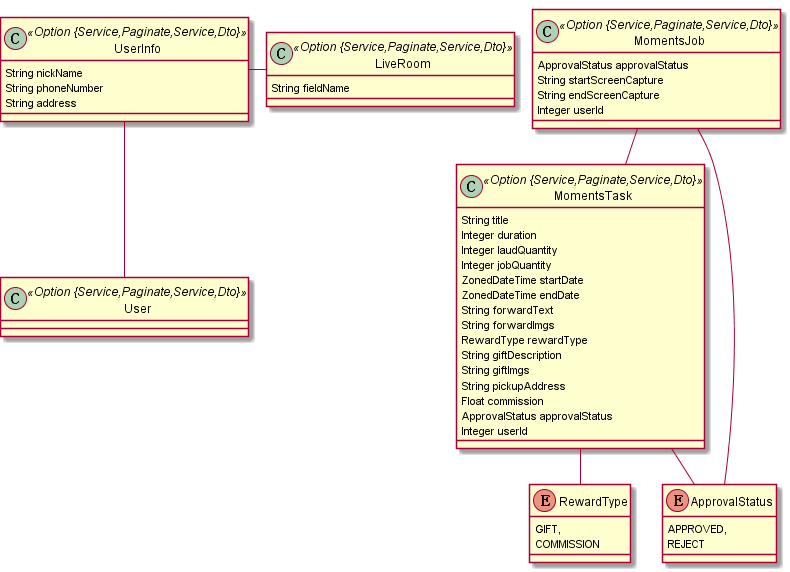
The PlantUML diagram models/uaav1.png in lsfoo/share-task, before a commit. Source of this version:
```plantuml
@startuml
	!pragma graphviz_dot jdot
	!pragma syntax class
	class UserInfo <<Option {Service,Paginate,Service,Dto}>> {
		String nickName
		String phoneNumber
		String address
	}
	class LiveRoom <<Option {Service,Paginate,Service,Dto}>> {
		String fieldName
	}
	class MomentsTask <<Option {Service,Paginate,Service,Dto}>> {
		String title
		Integer duration
		Integer laudQuantity
		Integer jobQuantity
		ZonedDateTime startDate
		ZonedDateTime endDate
		String forwardText
		String forwardImgs
		RewardType rewardType
		String giftDescription
		String giftImgs
		String pickupAddress
		Float commission
		ApprovalStatus approvalStatus
		Integer userId
	}
	MomentsTask ..> RewardType
	MomentsTask ..> ApprovalStatus
	enum RewardType {
		GIFT,
		COMMISSION
	}
	enum ApprovalStatus {
		APPROVED,
		REJECT
	}
	class MomentsJob <<Option {Service,Paginate,Service,Dto}>> {
		ApprovalStatus approvalStatus
		String startScreenCapture
		String endScreenCapture
		Integer userId
	}
	MomentsJob ..> ApprovalStatus
	MomentsJob  "task(title) 0..* " o-- "0..1 "  MomentsTask
	class User <<Option {Service,Paginate,Service,Dto}>> {
	}
@enduml
```
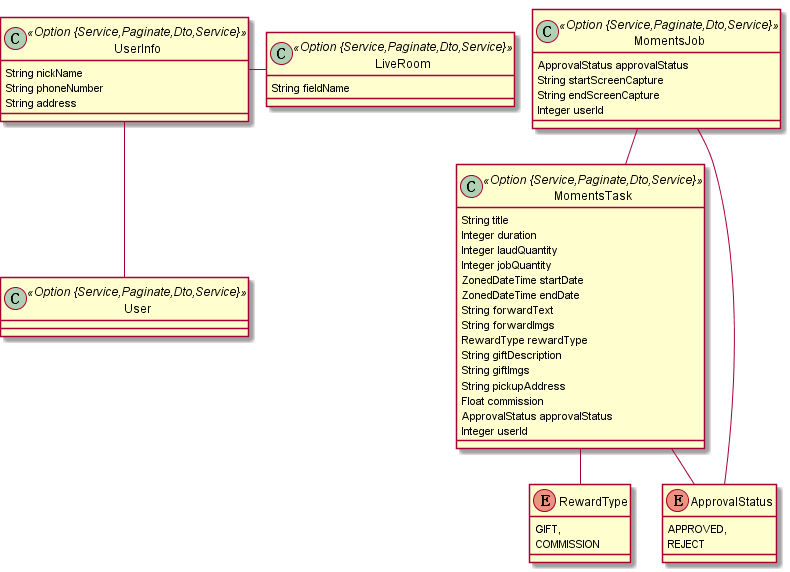
After the change.

What changed in the source:
```diff
@@ -1,15 +1,15 @@
 @startuml
 	!pragma graphviz_dot jdot
 	!pragma syntax class
-	class UserInfo <<Option {Service,Paginate,Service,Dto}>> {
+	class UserInfo <<Option {Service,Paginate,Dto,Service}>> {
 		String nickName
 		String phoneNumber
 		String address
 	}
-	class LiveRoom <<Option {Service,Paginate,Service,Dto}>> {
+	class LiveRoom <<Option {Service,Paginate,Dto,Service}>> {
 		String fieldName
 	}
-	class MomentsTask <<Option {Service,Paginate,Service,Dto}>> {
+	class MomentsTask <<Option {Service,Paginate,Dto,Service}>> {
 		String title
 		Integer duration
 		Integer laudQuantity
@@ -36,7 +36,7 @@
 		APPROVED,
 		REJECT
 	}
-	class MomentsJob <<Option {Service,Paginate,Service,Dto}>> {
+	class MomentsJob <<Option {Service,Paginate,Dto,Service}>> {
 		ApprovalStatus approvalStatus
 		String startScreenCapture
 		String endScreenCapture
@@ -44,6 +44,6 @@
 	}
 	MomentsJob ..> ApprovalStatus
 	MomentsJob  "task(title) 0..* " o-- "0..1 "  MomentsTask
-	class User <<Option {Service,Paginate,Service,Dto}>> {
+	class User <<Option {Service,Paginate,Dto,Service}>> {
 	}
 @enduml
```
